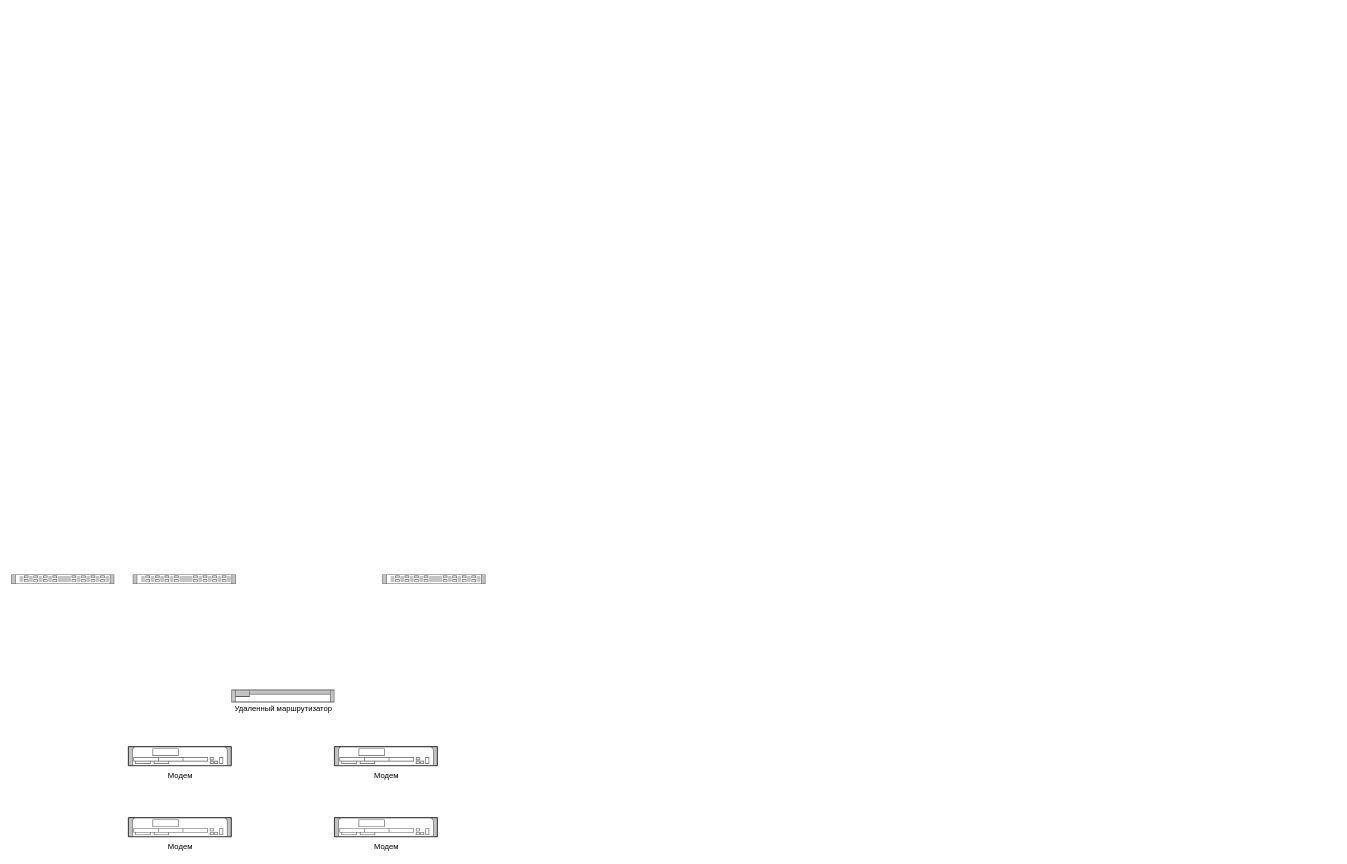
Earlier version of the draw.io diagram 1.drawio (DMfananddu/Analitic-Models-Postnikov). Source tidied: cells renumbered, new cells numbered last; positions are measured from the earlier drawing's top-left corner, leaving out a move shared by most shapes. Both pictures are drawn from the tidied source at 64%, with x=0, y=0 at pixel (11, 574).
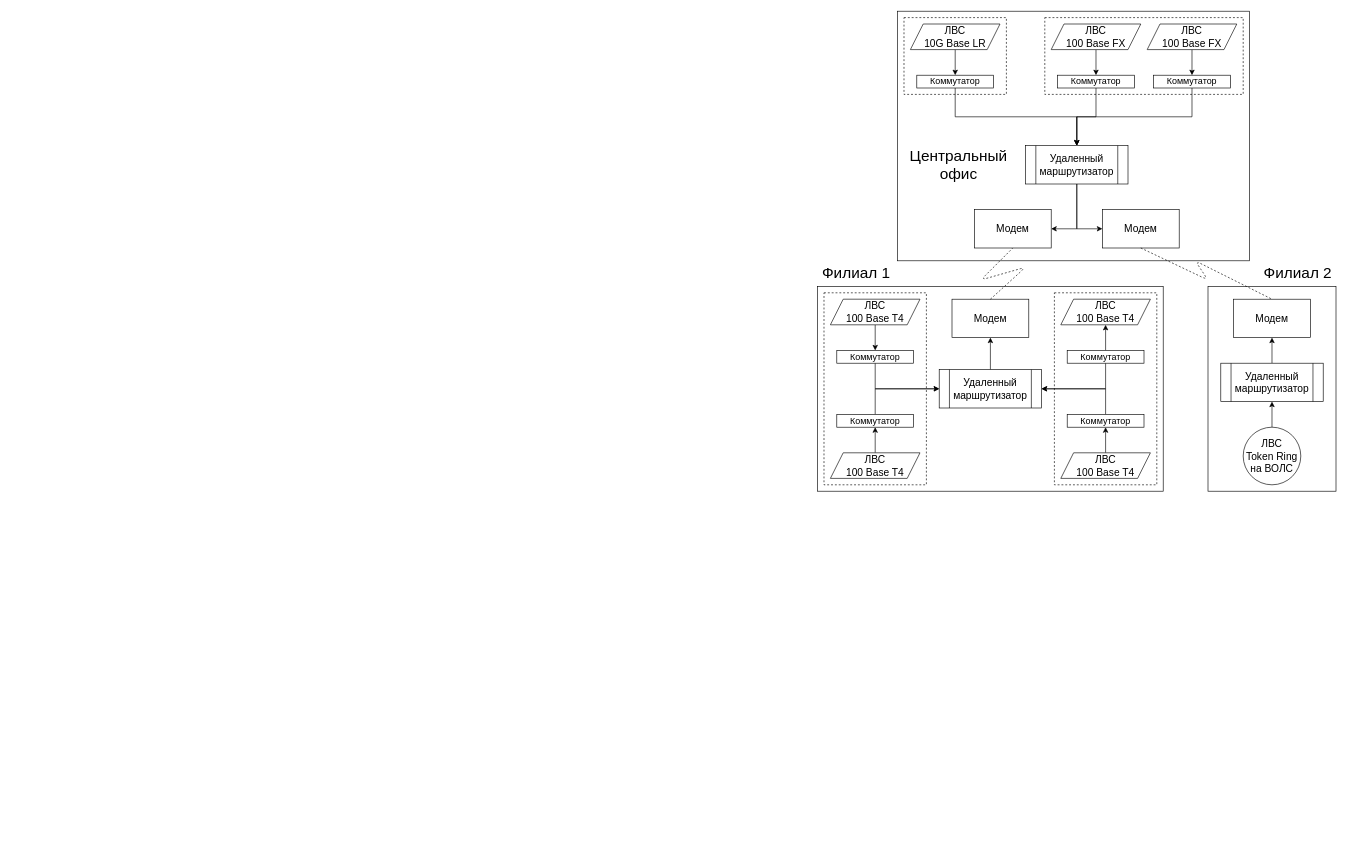
Above is the later version.

Change to the diagram source:
```diff
@@
-    <mxCell id="2" style="shape=mxgraph.rack.cisco.cisco_nexus_3016_switch;html=1;labelPosition=right;align=left;spacingLeft=15;dashed=0;shadow=0;fillColor=#ffffff;" parent="1" vertex="1">
-      <mxGeometry x="190" width="161" height="15" as="geometry" />
-    </mxCell>
-    <mxCell id="3" style="shape=mxgraph.rack.cisco.cisco_1941_series_integrated_services_router;html=1;labelPosition=right;align=left;spacingLeft=15;dashed=0;shadow=0;fillColor=#ffffff;" parent="1" vertex="1">
-      <mxGeometry x="505" y="269" width="161" height="30" as="geometry" />
-    </mxCell>
-    <mxCell id="4" style="shape=mxgraph.rack.cisco.cisco_1905_serial_integrated_services_router;html=1;labelPosition=right;align=left;spacingLeft=15;dashed=0;shadow=0;fillColor=#ffffff;" parent="1" vertex="1">
-      <mxGeometry x="344" y="180" width="161" height="20" as="geometry" />
-    </mxCell>
-    <mxCell id="5" style="shape=mxgraph.rack.cisco.cisco_nexus_3016_switch;html=1;labelPosition=right;align=left;spacingLeft=15;dashed=0;shadow=0;fillColor=#ffffff;" parent="1" vertex="1">
-      <mxGeometry width="161" height="15" as="geometry" />
-    </mxCell>
-    <mxCell id="6" style="shape=mxgraph.rack.cisco.cisco_nexus_3016_switch;html=1;labelPosition=right;align=left;spacingLeft=15;dashed=0;shadow=0;fillColor=#ffffff;" parent="1" vertex="1">
-      <mxGeometry x="580" width="161" height="15" as="geometry" />
-    </mxCell>
-    <mxCell id="7" style="shape=mxgraph.rack.cisco.cisco_1941_series_integrated_services_router;html=1;labelPosition=right;align=left;spacingLeft=15;dashed=0;shadow=0;fillColor=#ffffff;" parent="1" vertex="1">
-      <mxGeometry x="183" y="269" width="161" height="30" as="geometry" />
-    </mxCell>
-    <mxCell id="8" value="Модем" style="text;html=1;align=center;verticalAlign=middle;" parent="1" vertex="1">
-      <mxGeometry x="238.5" y="304" width="50" height="20" as="geometry" />
-    </mxCell>
-    <mxCell id="9" value="Модем" style="text;html=1;align=center;verticalAlign=middle;" parent="1" vertex="1">
-      <mxGeometry x="560.5" y="304" width="50" height="20" as="geometry" />
-    </mxCell>
-    <mxCell id="10" style="shape=mxgraph.rack.cisco.cisco_1941_series_integrated_services_router;html=1;labelPosition=right;align=left;spacingLeft=15;dashed=0;shadow=0;fillColor=#ffffff;" parent="1" vertex="1">
-      <mxGeometry x="505" y="380" width="161" height="30" as="geometry" />
-    </mxCell>
-    <mxCell id="11" style="shape=mxgraph.rack.cisco.cisco_1941_series_integrated_services_router;html=1;labelPosition=right;align=left;spacingLeft=15;dashed=0;shadow=0;fillColor=#ffffff;" parent="1" vertex="1">
-      <mxGeometry x="183" y="380" width="161" height="30" as="geometry" />
-    </mxCell>
-    <mxCell id="12" value="Модем" style="text;html=1;align=center;verticalAlign=middle;" parent="1" vertex="1">
-      <mxGeometry x="238.5" y="415" width="50" height="20" as="geometry" />
-    </mxCell>
-    <mxCell id="13" value="Модем" style="text;html=1;align=center;verticalAlign=middle;" parent="1" vertex="1">
-      <mxGeometry x="560.5" y="415" width="50" height="20" as="geometry" />
-    </mxCell>
-    <mxCell id="14" value="Удаленный маршрутизатор" style="text;html=1;align=center;verticalAlign=middle;" parent="1" vertex="1">
-      <mxGeometry x="339.5" y="200" width="170" height="20" as="geometry" />
-    </mxCell>
+    <mxCell id="15" style="rounded=0;whiteSpace=wrap;html=1;fontSize=16;" parent="1" vertex="1">
+      <mxGeometry x="1870" y="-450" width="200" height="320" as="geometry" />
+    </mxCell>
+    <mxCell id="16" style="rounded=0;whiteSpace=wrap;html=1;fontSize=16;" parent="1" vertex="1">
+      <mxGeometry x="1385" y="-880" width="550" height="390" as="geometry" />
+    </mxCell>
+    <mxCell id="17" style="rounded=0;whiteSpace=wrap;html=1;dashed=1;fontSize=16;" parent="1" vertex="1">
+      <mxGeometry x="1615" y="-870" width="310" height="120" as="geometry" />
+    </mxCell>
+    <mxCell id="18" style="rounded=0;whiteSpace=wrap;html=1;dashed=1;fontSize=16;" parent="1" vertex="1">
+      <mxGeometry x="1395" y="-870" width="160" height="120" as="geometry" />
+    </mxCell>
+    <mxCell id="19" style="rounded=0;whiteSpace=wrap;html=1;fontSize=16;" parent="1" vertex="1">
+      <mxGeometry x="1260" y="-450" width="540" height="320" as="geometry" />
+    </mxCell>
+    <mxCell id="20" style="rounded=0;whiteSpace=wrap;html=1;fontSize=16;dashed=1;" parent="1" vertex="1">
+      <mxGeometry x="1630" y="-440" width="160" height="300" as="geometry" />
+    </mxCell>
+    <mxCell id="21" style="rounded=0;whiteSpace=wrap;html=1;fontSize=16;dashed=1;" parent="1" vertex="1">
+      <mxGeometry x="1270" y="-440" width="160" height="300" as="geometry" />
+    </mxCell>
+    <mxCell id="22" style="edgeStyle=orthogonalEdgeStyle;rounded=0;jettySize=auto;html=1;exitX=0.5;exitY=1;exitDx=0;exitDy=0;entryX=0.5;entryY=0;entryDx=0;entryDy=0;fontSize=16;" parent="1" edge="1" source="23" target="26">
+      <mxGeometry relative="1" as="geometry" />
+    </mxCell>
+    <mxCell id="23" value="&lt;font style=&quot;font-size: 14px;&quot;&gt;Коммутатор&lt;/font&gt;" style="rounded=0;whiteSpace=wrap;html=1;fontSize=14;" parent="1" vertex="1">
+      <mxGeometry x="1415" y="-780" width="120" height="20" as="geometry" />
+    </mxCell>
+    <mxCell id="24" style="edgeStyle=orthogonalEdgeStyle;rounded=0;jettySize=auto;html=1;exitX=0.5;exitY=1;exitDx=0;exitDy=0;entryX=1;entryY=0.5;entryDx=0;entryDy=0;fontSize=16;" parent="1" edge="1" source="26" target="27">
+      <mxGeometry relative="1" as="geometry" />
+    </mxCell>
+    <mxCell id="25" style="edgeStyle=orthogonalEdgeStyle;rounded=0;jettySize=auto;html=1;exitX=0.5;exitY=1;exitDx=0;exitDy=0;entryX=0;entryY=0.5;entryDx=0;entryDy=0;fontSize=16;" parent="1" edge="1" source="26" target="28">
+      <mxGeometry relative="1" as="geometry" />
+    </mxCell>
+    <mxCell id="26" value="Удаленный маршрутизатор" style="shape=process;whiteSpace=wrap;html=1;backgroundOutline=1;fontSize=16;" parent="1" vertex="1">
+      <mxGeometry x="1585" y="-670" width="160" height="60" as="geometry" />
+    </mxCell>
+    <mxCell id="27" value="Модем" style="rounded=0;whiteSpace=wrap;html=1;fontSize=16;" parent="1" vertex="1">
+      <mxGeometry x="1505" y="-570" width="120" height="60" as="geometry" />
+    </mxCell>
+    <mxCell id="28" value="Модем" style="rounded=0;whiteSpace=wrap;html=1;fontSize=16;" parent="1" vertex="1">
+      <mxGeometry x="1705" y="-570" width="120" height="60" as="geometry" />
+    </mxCell>
+    <mxCell id="29" style="edgeStyle=orthogonalEdgeStyle;rounded=0;jettySize=auto;html=1;exitX=0.5;exitY=1;exitDx=0;exitDy=0;fontSize=16;entryX=0.5;entryY=0;entryDx=0;entryDy=0;" parent="1" edge="1" source="30" target="26">
+      <mxGeometry relative="1" as="geometry" />
+    </mxCell>
+    <mxCell id="30" value="&lt;font style=&quot;font-size: 14px;&quot;&gt;Коммутатор&lt;/font&gt;" style="rounded=0;whiteSpace=wrap;html=1;fontSize=14;" parent="1" vertex="1">
+      <mxGeometry x="1785" y="-780" width="120" height="20" as="geometry" />
+    </mxCell>
+    <mxCell id="31" style="edgeStyle=orthogonalEdgeStyle;rounded=0;jettySize=auto;html=1;exitX=0.5;exitY=1;exitDx=0;exitDy=0;entryX=0.5;entryY=0;entryDx=0;entryDy=0;fontSize=16;" parent="1" edge="1" source="32" target="26">
+      <mxGeometry relative="1" as="geometry" />
+    </mxCell>
+    <mxCell id="32" value="&lt;font style=&quot;font-size: 14px;&quot;&gt;Коммутатор&lt;/font&gt;" style="rounded=0;whiteSpace=wrap;html=1;fontSize=14;" parent="1" vertex="1">
+      <mxGeometry x="1635" y="-780" width="120" height="20" as="geometry" />
+    </mxCell>
+    <mxCell id="33" style="edgeStyle=orthogonalEdgeStyle;rounded=0;jettySize=auto;html=1;exitX=0.5;exitY=1;exitDx=0;exitDy=0;entryX=0.5;entryY=0;entryDx=0;entryDy=0;fontSize=16;" parent="1" edge="1" source="34" target="23">
+      <mxGeometry relative="1" as="geometry" />
+    </mxCell>
+    <mxCell id="34" value="ЛВС&lt;br&gt;10G Base LR" style="shape=parallelogram;perimeter=parallelogramPerimeter;whiteSpace=wrap;html=1;fixedSize=1;fontSize=16;" parent="1" vertex="1">
+      <mxGeometry x="1405" y="-860" width="140" height="40" as="geometry" />
+    </mxCell>
+    <mxCell id="35" style="edgeStyle=orthogonalEdgeStyle;rounded=0;jettySize=auto;html=1;exitX=0.5;exitY=1;exitDx=0;exitDy=0;entryX=0.5;entryY=0;entryDx=0;entryDy=0;fontSize=16;" parent="1" edge="1" source="36" target="32">
+      <mxGeometry relative="1" as="geometry" />
+    </mxCell>
+    <mxCell id="36" value="ЛВС&lt;br&gt;100 Base FX" style="shape=parallelogram;perimeter=parallelogramPerimeter;whiteSpace=wrap;html=1;fixedSize=1;fontSize=16;" parent="1" vertex="1">
+      <mxGeometry x="1625" y="-860" width="140" height="40" as="geometry" />
+    </mxCell>
+    <mxCell id="37" style="edgeStyle=orthogonalEdgeStyle;rounded=0;jettySize=auto;html=1;exitX=0.5;exitY=1;exitDx=0;exitDy=0;entryX=0.5;entryY=0;entryDx=0;entryDy=0;fontSize=16;" parent="1" edge="1" source="38" target="30">
+      <mxGeometry relative="1" as="geometry" />
+    </mxCell>
+    <mxCell id="38" value="ЛВС&lt;br&gt;100 Base FX" style="shape=parallelogram;perimeter=parallelogramPerimeter;whiteSpace=wrap;html=1;fixedSize=1;fontSize=16;" parent="1" vertex="1">
+      <mxGeometry x="1775" y="-860" width="140" height="40" as="geometry" />
+    </mxCell>
+    <mxCell id="39" value="Модем" style="rounded=0;whiteSpace=wrap;html=1;fontSize=16;" parent="1" vertex="1">
+      <mxGeometry x="1470" y="-430" width="120" height="60" as="geometry" />
+    </mxCell>
+    <mxCell id="40" style="edgeStyle=orthogonalEdgeStyle;rounded=0;jettySize=auto;html=1;exitX=0.5;exitY=0;exitDx=0;exitDy=0;entryX=0.5;entryY=1;entryDx=0;entryDy=0;fontSize=16;" parent="1" edge="1" source="41" target="39">
+      <mxGeometry relative="1" as="geometry" />
+    </mxCell>
+    <mxCell id="41" value="Удаленный маршрутизатор" style="shape=process;whiteSpace=wrap;html=1;backgroundOutline=1;fontSize=16;" parent="1" vertex="1">
+      <mxGeometry x="1450" y="-320" width="160" height="60" as="geometry" />
+    </mxCell>
+    <mxCell id="42" style="edgeStyle=orthogonalEdgeStyle;rounded=0;jettySize=auto;html=1;exitX=0.5;exitY=0;exitDx=0;exitDy=0;entryX=0;entryY=0.5;entryDx=0;entryDy=0;fontSize=16;" parent="1" edge="1" source="43" target="41">
+      <mxGeometry relative="1" as="geometry" />
+    </mxCell>
+    <mxCell id="43" value="&lt;font style=&quot;font-size: 14px;&quot;&gt;Коммутатор&lt;/font&gt;" style="rounded=0;whiteSpace=wrap;html=1;fontSize=14;" parent="1" vertex="1">
+      <mxGeometry x="1290" y="-250" width="120" height="20" as="geometry" />
+    </mxCell>
+    <mxCell id="44" style="edgeStyle=orthogonalEdgeStyle;rounded=0;jettySize=auto;html=1;exitX=0.5;exitY=1;exitDx=0;exitDy=0;entryX=0;entryY=0.5;entryDx=0;entryDy=0;fontSize=16;" parent="1" edge="1" source="45" target="41">
+      <mxGeometry relative="1" as="geometry" />
+    </mxCell>
+    <mxCell id="45" value="&lt;font style=&quot;font-size: 14px;&quot;&gt;Коммутатор&lt;/font&gt;" style="rounded=0;whiteSpace=wrap;html=1;fontSize=14;" parent="1" vertex="1">
+      <mxGeometry x="1290" y="-350" width="120" height="20" as="geometry" />
+    </mxCell>
+    <mxCell id="46" style="edgeStyle=orthogonalEdgeStyle;rounded=0;jettySize=auto;html=1;exitX=0.5;exitY=0;exitDx=0;exitDy=0;entryX=0.5;entryY=1;entryDx=0;entryDy=0;fontSize=16;" parent="1" edge="1" source="48" target="55">
+      <mxGeometry relative="1" as="geometry" />
+    </mxCell>
+    <mxCell id="47" style="edgeStyle=orthogonalEdgeStyle;rounded=0;jettySize=auto;html=1;exitX=0.5;exitY=1;exitDx=0;exitDy=0;entryX=1;entryY=0.5;entryDx=0;entryDy=0;fontSize=16;" parent="1" edge="1" source="48" target="41">
+      <mxGeometry relative="1" as="geometry" />
+    </mxCell>
+    <mxCell id="48" value="&lt;font style=&quot;font-size: 14px;&quot;&gt;Коммутатор&lt;/font&gt;" style="rounded=0;whiteSpace=wrap;html=1;fontSize=14;" parent="1" vertex="1">
+      <mxGeometry x="1650" y="-350" width="120" height="20" as="geometry" />
+    </mxCell>
+    <mxCell id="49" style="edgeStyle=orthogonalEdgeStyle;rounded=0;jettySize=auto;html=1;exitX=0.5;exitY=0;exitDx=0;exitDy=0;fontSize=16;entryX=1;entryY=0.5;entryDx=0;entryDy=0;" parent="1" edge="1" source="50" target="41">
+      <mxGeometry relative="1" as="geometry" />
+    </mxCell>
+    <mxCell id="50" value="&lt;font style=&quot;font-size: 14px;&quot;&gt;Коммутатор&lt;/font&gt;" style="rounded=0;whiteSpace=wrap;html=1;fontSize=14;" parent="1" vertex="1">
+      <mxGeometry x="1650" y="-250" width="120" height="20" as="geometry" />
+    </mxCell>
+    <mxCell id="51" style="edgeStyle=orthogonalEdgeStyle;rounded=0;jettySize=auto;html=1;exitX=0.5;exitY=0;exitDx=0;exitDy=0;entryX=0.5;entryY=1;entryDx=0;entryDy=0;fontSize=16;" parent="1" edge="1" source="52" target="43">
+      <mxGeometry relative="1" as="geometry" />
+    </mxCell>
+    <mxCell id="52" value="ЛВС&lt;br&gt;100 Base T4" style="shape=parallelogram;perimeter=parallelogramPerimeter;whiteSpace=wrap;html=1;fixedSize=1;fontSize=16;" parent="1" vertex="1">
+      <mxGeometry x="1280" y="-190" width="140" height="40" as="geometry" />
+    </mxCell>
+    <mxCell id="53" style="edgeStyle=orthogonalEdgeStyle;rounded=0;jettySize=auto;html=1;exitX=0.5;exitY=1;exitDx=0;exitDy=0;entryX=0.5;entryY=0;entryDx=0;entryDy=0;fontSize=16;" parent="1" edge="1" source="54" target="45">
+      <mxGeometry relative="1" as="geometry" />
+    </mxCell>
+    <mxCell id="54" value="ЛВС&lt;br&gt;100 Base T4" style="shape=parallelogram;perimeter=parallelogramPerimeter;whiteSpace=wrap;html=1;fixedSize=1;fontSize=16;" parent="1" vertex="1">
+      <mxGeometry x="1280" y="-430" width="140" height="40" as="geometry" />
+    </mxCell>
+    <mxCell id="55" value="ЛВС&lt;br&gt;100 Base T4" style="shape=parallelogram;perimeter=parallelogramPerimeter;whiteSpace=wrap;html=1;fixedSize=1;fontSize=16;" parent="1" vertex="1">
+      <mxGeometry x="1640" y="-430" width="140" height="40" as="geometry" />
+    </mxCell>
+    <mxCell id="56" style="edgeStyle=orthogonalEdgeStyle;rounded=0;jettySize=auto;html=1;exitX=0.5;exitY=0;exitDx=0;exitDy=0;entryX=0.5;entryY=1;entryDx=0;entryDy=0;fontSize=16;" parent="1" edge="1" source="57" target="50">
+      <mxGeometry relative="1" as="geometry" />
+    </mxCell>
+    <mxCell id="57" value="ЛВС&lt;br&gt;100 Base T4" style="shape=parallelogram;perimeter=parallelogramPerimeter;whiteSpace=wrap;html=1;fixedSize=1;fontSize=16;" parent="1" vertex="1">
+      <mxGeometry x="1640" y="-190" width="140" height="40" as="geometry" />
+    </mxCell>
+    <mxCell id="58" style="endArrow=none;dashed=1;html=1;fontSize=16;exitX=0.5;exitY=0;exitDx=0;exitDy=0;entryX=0.5;entryY=1;entryDx=0;entryDy=0;" parent="1" edge="1" source="39" target="27">
+      <mxGeometry relative="1" as="geometry">
+        <Array as="points">
+          <mxPoint x="1585" y="-480" />
+          <mxPoint x="1515" y="-460" />
+        </Array>
+      </mxGeometry>
+    </mxCell>
+    <mxCell id="59" value="Модем" style="rounded=0;whiteSpace=wrap;html=1;fontSize=16;" parent="1" vertex="1">
+      <mxGeometry x="1910" y="-430" width="120" height="60" as="geometry" />
+    </mxCell>
+    <mxCell id="60" style="edgeStyle=orthogonalEdgeStyle;rounded=0;jettySize=auto;html=1;exitX=0.5;exitY=0;exitDx=0;exitDy=0;entryX=0.5;entryY=1;entryDx=0;entryDy=0;fontSize=16;" parent="1" edge="1" source="61" target="59">
+      <mxGeometry relative="1" as="geometry" />
+    </mxCell>
+    <mxCell id="61" value="Удаленный маршрутизатор" style="shape=process;whiteSpace=wrap;html=1;backgroundOutline=1;fontSize=16;" parent="1" vertex="1">
+      <mxGeometry x="1890" y="-330" width="160" height="60" as="geometry" />
+    </mxCell>
+    <mxCell id="62" style="edgeStyle=orthogonalEdgeStyle;rounded=0;jettySize=auto;html=1;exitX=0.5;exitY=0;exitDx=0;exitDy=0;entryX=0.5;entryY=1;entryDx=0;entryDy=0;fontSize=16;" parent="1" edge="1" source="63" target="61">
+      <mxGeometry relative="1" as="geometry" />
+    </mxCell>
+    <mxCell id="63" value="ЛВС&lt;br&gt;Token Ring на ВОЛС" style="ellipse;whiteSpace=wrap;html=1;fontSize=16;" parent="1" vertex="1">
+      <mxGeometry x="1925" y="-230" width="90" height="90" as="geometry" />
+    </mxCell>
+    <mxCell id="64" style="endArrow=none;dashed=1;html=1;fontSize=16;entryX=0.5;entryY=0;entryDx=0;entryDy=0;exitX=0.5;exitY=1;exitDx=0;exitDy=0;" parent="1" edge="1" source="28" target="59">
+      <mxGeometry relative="1" as="geometry">
+        <Array as="points">
+          <mxPoint x="1870" y="-460" />
+          <mxPoint x="1850" y="-490" />
+        </Array>
+      </mxGeometry>
+    </mxCell>
+    <mxCell id="65" value="Филиал 1" style="text;html=1;align=center;verticalAlign=middle;fontSize=24;" parent="1" vertex="1">
+      <mxGeometry x="1260" y="-485" width="120" height="30" as="geometry" />
+    </mxCell>
+    <mxCell id="66" value="Филиал 2" style="text;html=1;align=center;verticalAlign=middle;fontSize=24;" parent="1" vertex="1">
+      <mxGeometry x="1950" y="-485" width="120" height="30" as="geometry" />
+    </mxCell>
+    <mxCell id="67" value="Центральный&lt;br&gt;офис" style="text;html=1;align=center;verticalAlign=middle;fontSize=24;" parent="1" vertex="1">
+      <mxGeometry x="1395" y="-670" width="170" height="60" as="geometry" />
+    </mxCell>
```
